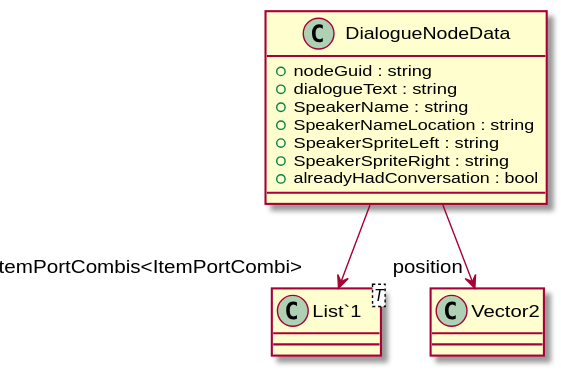
The PlantUML diagram UML/Dialogue/RunTime/DialogueNodeData.svg in robinsuurs/Mallow_Mysterie, before a commit.
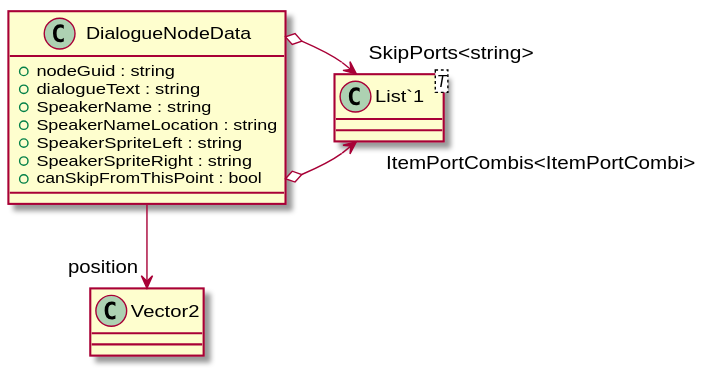
Above is the later version.

Change to the diagram source:
```diff
@@ -6,10 +6,11 @@
     + SpeakerNameLocation : string
     + SpeakerSpriteLeft : string
     + SpeakerSpriteRight : string
-    + alreadyHadConversation : bool
+    + canSkipFromThisPoint : bool
 }
 class "List`1"<T> {
 }
 DialogueNodeData --> "position" Vector2
-DialogueNodeData --> "ItemPortCombis<ItemPortCombi>" "List`1"
+DialogueNodeData o-> "ItemPortCombis<ItemPortCombi>" "List`1"
+DialogueNodeData o-> "SkipPorts<string>" "List`1"
 @enduml
```
